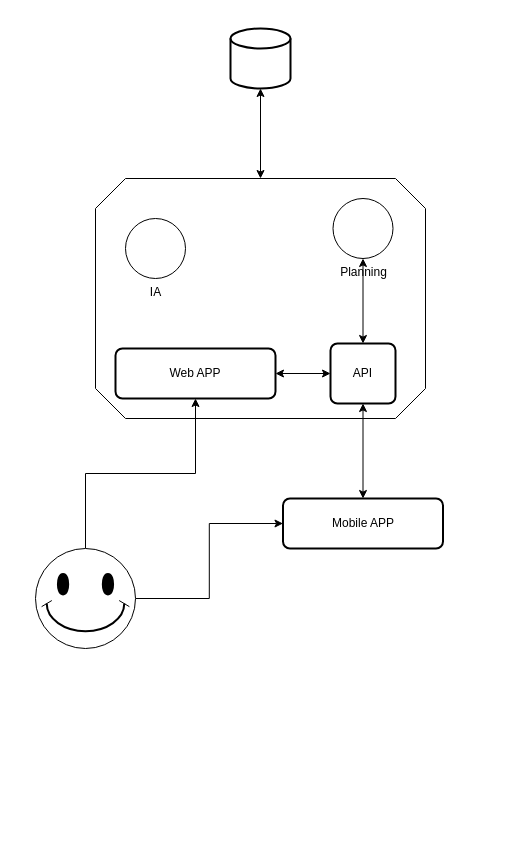
Above: Docs/Features/OugAssistant.drawio in Niboah/OugAssistant (draw.io), before the change. Source tidied: cells renumbered, new cells numbered last; positions are measured from the earlier drawing's top-left corner, leaving out a move shared by most shapes. Both pictures are drawn from the tidied source at 100%, with x=0, y=0 at pixel (35, 28). Pictures stored in the file or linked from it are replaced by grey dashed boxes.
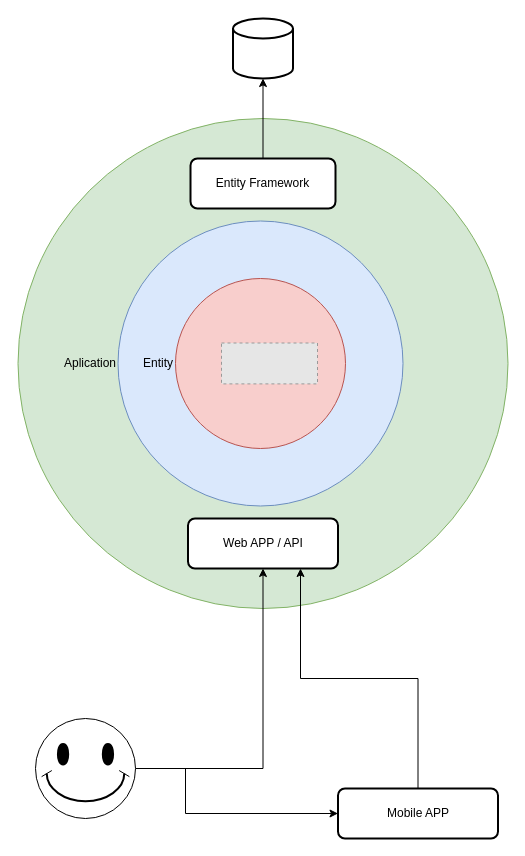
The same page after the edit.

What changed in the source:
```diff
@@
 <mxGraphModel>
   <root>
     <mxCell id="0" />
     <mxCell id="1" parent="0" />
-    <mxCell id="2" style="whiteSpace=wrap;html=1;shape=mxgraph.basic.octagon2;align=center;verticalAlign=middle;dx=15;" parent="1" vertex="1">
-      <mxGeometry x="60" y="150" width="330" height="240" as="geometry" />
-    </mxCell>
-    <mxCell id="3" value="Pla&lt;span style=&quot;background-color: initial;&quot;&gt;nning&lt;/span&gt;" style="verticalLabelPosition=bottom;verticalAlign=top;html=1;shape=mxgraph.flowchart.on-page_reference;direction=south;" parent="1" vertex="1">
-      <mxGeometry x="297.5" y="170" width="60" height="60" as="geometry" />
-    </mxCell>
+    <mxCell id="16" style="ellipse;whiteSpace=wrap;html=1;fillColor=#d5e8d4;strokeColor=#82b366;" parent="1" vertex="1">
+      <mxGeometry x="-17.5" y="90" width="490" height="490" as="geometry" />
+    </mxCell>
+    <mxCell id="17" value="Aplication" style="ellipse;whiteSpace=wrap;html=1;fillColor=#dae8fc;strokeColor=#6c8ebf;labelPosition=left;verticalLabelPosition=middle;align=right;verticalAlign=middle;" parent="1" vertex="1">
+      <mxGeometry x="82.5" y="192.5" width="285" height="285" as="geometry" />
+    </mxCell>
+    <mxCell id="18" value="Entity" style="ellipse;whiteSpace=wrap;html=1;fillColor=#f8cecc;strokeColor=#b85450;labelPosition=left;verticalLabelPosition=middle;align=right;verticalAlign=middle;" parent="1" vertex="1">
+      <mxGeometry x="140" y="250" width="170" height="170" as="geometry" />
+    </mxCell>
-    <mxCell id="4" value="Web APP" style="rounded=1;whiteSpace=wrap;html=1;absoluteArcSize=1;arcSize=14;strokeWidth=2;" parent="1" vertex="1">
-      <mxGeometry x="80" y="320" width="160" height="50" as="geometry" />
+    <mxCell id="4" value="Web APP&amp;nbsp;&lt;span style=&quot;background-color: transparent; color: light-dark(rgb(0, 0, 0), rgb(255, 255, 255));&quot;&gt;/ API&lt;/span&gt;" style="rounded=1;whiteSpace=wrap;html=1;absoluteArcSize=1;arcSize=14;strokeWidth=2;" parent="1" vertex="1">
+      <mxGeometry x="152.5" y="490" width="150" height="50" as="geometry" />
     </mxCell>
-    <mxCell id="5" style="edgeStyle=orthogonalEdgeStyle;rounded=0;jettySize=auto;html=1;startArrow=classic;startFill=1;" parent="1" edge="1" source="6" target="3">
-      <mxGeometry relative="1" as="geometry" />
-    </mxCell>
-    <mxCell id="6" value="API" style="rounded=1;whiteSpace=wrap;html=1;absoluteArcSize=1;arcSize=14;strokeWidth=2;" parent="1" vertex="1">
-      <mxGeometry x="295" y="315" width="65" height="60" as="geometry" />
-    </mxCell>
-    <mxCell id="7" style="edgeStyle=orthogonalEdgeStyle;rounded=0;jettySize=auto;html=1;entryX=1;entryY=0.5;entryDx=0;entryDy=0;startArrow=classic;startFill=1;" parent="1" edge="1" source="6" target="4">
-      <mxGeometry relative="1" as="geometry" />
-    </mxCell>
-    <mxCell id="8" style="edgeStyle=orthogonalEdgeStyle;rounded=0;jettySize=auto;html=1;entryX=0.5;entryY=1;entryDx=0;entryDy=0;startArrow=classic;startFill=1;" parent="1" edge="1" source="9" target="6">
-      <mxGeometry relative="1" as="geometry" />
-    </mxCell>
+    <mxCell id="19" style="edgeStyle=orthogonalEdgeStyle;rounded=0;jettySize=auto;html=1;entryX=0.75;entryY=1;entryDx=0;entryDy=0;" parent="1" edge="1" source="9" target="4">
+      <mxGeometry relative="1" as="geometry" />
+    </mxCell>
     <mxCell id="9" value="Mobile APP" style="rounded=1;whiteSpace=wrap;html=1;absoluteArcSize=1;arcSize=14;strokeWidth=2;" parent="1" vertex="1">
-      <mxGeometry x="247.5" y="470" width="160" height="50" as="geometry" />
+      <mxGeometry x="302.5" y="760" width="160" height="50" as="geometry" />
     </mxCell>
     <mxCell id="10" style="strokeWidth=2;html=1;shape=mxgraph.flowchart.database;whiteSpace=wrap;" parent="1" vertex="1">
-      <mxGeometry x="195" width="60" height="60" as="geometry" />
+      <mxGeometry x="197.5" y="-10" width="60" height="60" as="geometry" />
     </mxCell>
-    <mxCell id="11" style="edgeStyle=orthogonalEdgeStyle;rounded=0;jettySize=auto;html=1;entryX=0.5;entryY=0;entryDx=0;entryDy=0;entryPerimeter=0;startArrow=classic;startFill=1;" parent="1" edge="1" source="10" target="2">
-      <mxGeometry relative="1" as="geometry" />
-    </mxCell>
-    <mxCell id="12" value="IA" style="verticalLabelPosition=bottom;verticalAlign=top;html=1;shape=mxgraph.flowchart.on-page_reference;" parent="1" vertex="1">
-      <mxGeometry x="90" y="190" width="60" height="60" as="geometry" />
-    </mxCell>
     <mxCell id="13" style="edgeStyle=orthogonalEdgeStyle;rounded=0;jettySize=auto;html=1;" parent="1" edge="1" source="15" target="4">
       <mxGeometry relative="1" as="geometry" />
     </mxCell>
     <mxCell id="14" style="edgeStyle=orthogonalEdgeStyle;rounded=0;jettySize=auto;html=1;" parent="1" edge="1" source="15" target="9">
-      <mxGeometry relative="1" as="geometry" />
+      <mxGeometry relative="1" as="geometry">
+        <Array as="points">
+          <mxPoint x="150" y="740" />
+          <mxPoint x="150" y="785" />
+        </Array>
+      </mxGeometry>
     </mxCell>
     <mxCell id="15" style="verticalLabelPosition=bottom;verticalAlign=top;html=1;shape=mxgraph.basic.smiley;" parent="1" vertex="1">
-      <mxGeometry y="520" width="100" height="100" as="geometry" />
+      <mxGeometry y="690" width="100" height="100" as="geometry" />
     </mxCell>
+    <mxCell id="20" style="edgeStyle=orthogonalEdgeStyle;rounded=0;jettySize=auto;html=1;" parent="1" edge="1" source="21" target="10">
+      <mxGeometry relative="1" as="geometry" />
+    </mxCell>
+    <mxCell id="21" value="Entity Framework" style="rounded=1;whiteSpace=wrap;html=1;absoluteArcSize=1;arcSize=14;strokeWidth=2;" parent="1" vertex="1">
+      <mxGeometry x="155" y="130" width="145" height="50" as="geometry" />
+    </mxCell>
+    <mxCell id="22" style="fillColor=#E6E6E6;strokeColor=#999999;dashed=1;verticalLabelPosition=bottom;labelBackgroundColor=default;verticalAlign=top;" parent="1" vertex="1">
+      <mxGeometry x="186" y="314.5" width="96" height="40.9" as="geometry" />
+    </mxCell>
   </root>
 </mxGraphModel>
```
